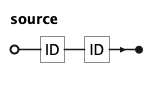
Above: docs/kql/source.png in koryki-java/core (PlantUML), before the change.
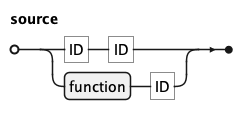
The same file after the commit.

Change to the diagram source:
```diff
@@ -7,5 +7,6 @@
 
 source =
     "ID", "ID"
+  | function, "ID"
 ;
 @endebnf
```
